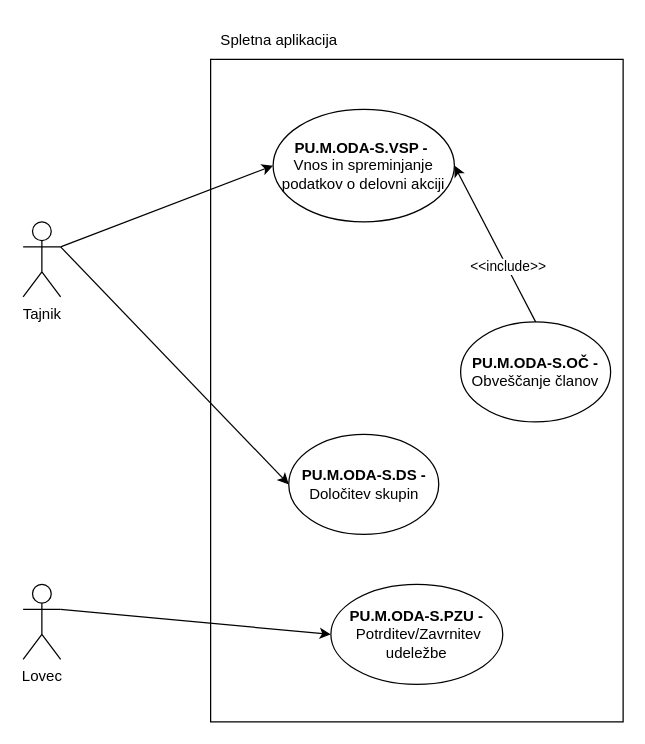
Above: Organiziranje delovnih akcij-Spletna aplikacija.drawio in ErnestISv/Lovstvo (draw.io), before the change. Source tidied: cells renumbered, new cells numbered last; positions are measured from the earlier drawing's top-left corner, leaving out a move shared by most shapes. Both pictures are drawn from the tidied source at 125%, with x=0, y=0 at pixel (22, 21).
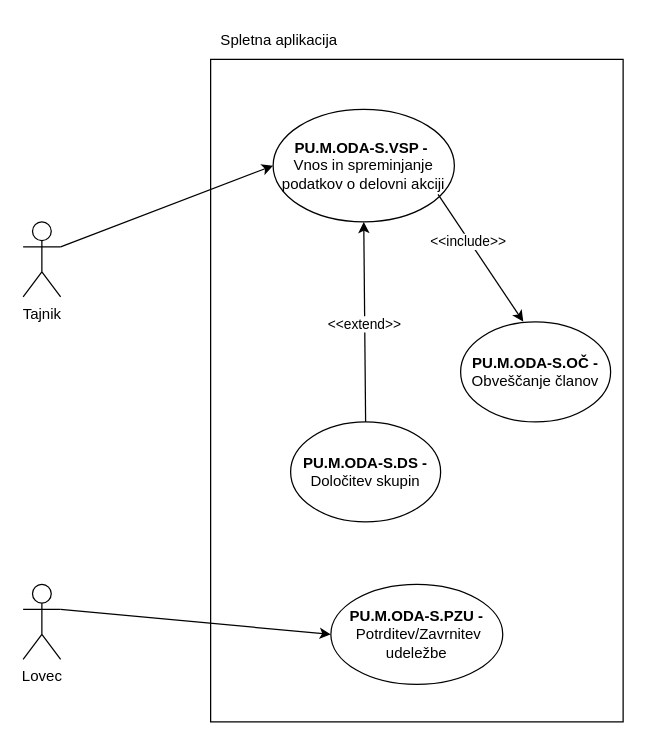
The same page after the edit.

Change to the diagram source:
```diff
@@
 <mxGraphModel>
   <root>
     <mxCell id="0" />
     <mxCell id="1" parent="0" />
     <mxCell id="2" style="rounded=0;whiteSpace=wrap;html=1;" parent="1" vertex="1">
       <mxGeometry x="150" y="30" width="330" height="530" as="geometry" />
     </mxCell>
     <mxCell id="3" value="Spletna aplikacija" style="text;html=1;align=center;verticalAlign=middle;whiteSpace=wrap;rounded=0;" parent="1" vertex="1">
       <mxGeometry x="150" width="110" height="30" as="geometry" />
     </mxCell>
     <mxCell id="4" value="&lt;b&gt;PU.M.ODA-S.VSP -&amp;nbsp;&lt;/b&gt;&lt;div&gt;Vnos in spreminjanje podatkov o delovni akciji&lt;/div&gt;" style="ellipse;whiteSpace=wrap;html=1;" parent="1" vertex="1">
       <mxGeometry x="200" y="70" width="145" height="90" as="geometry" />
     </mxCell>
     <mxCell id="5" value="&lt;b&gt;PU.M.ODA-S.PZU -&lt;/b&gt;&amp;nbsp;Potrditev/Zavrnitev udeležbe" style="ellipse;whiteSpace=wrap;html=1;" parent="1" vertex="1">
       <mxGeometry x="246.2" y="450" width="137.5" height="80" as="geometry" />
     </mxCell>
     <mxCell id="6" value="&lt;b&gt;PU.M.ODA-S.DS -&lt;/b&gt; Določitev skupin" style="ellipse;whiteSpace=wrap;html=1;" parent="1" vertex="1">
-      <mxGeometry x="212.5" y="330" width="120" height="80" as="geometry" />
+      <mxGeometry x="214" y="320" width="120" height="80" as="geometry" />
     </mxCell>
     <mxCell id="7" value="&lt;b&gt;PU.M.ODA-S.OČ -&lt;/b&gt; Obveščanje članov" style="ellipse;whiteSpace=wrap;html=1;" parent="1" vertex="1">
       <mxGeometry x="350" y="240" width="120" height="80" as="geometry" />
     </mxCell>
     <mxCell id="8" style="endArrow=classic;html=1;rounded=0;exitX=1;exitY=0.3333333333333333;exitDx=0;exitDy=0;exitPerimeter=0;entryX=0;entryY=0.5;entryDx=0;entryDy=0;" parent="1" edge="1" source="9" target="4">
       <mxGeometry relative="1" as="geometry" />
     </mxCell>
     <mxCell id="9" value="Tajnik" style="shape=umlActor;verticalLabelPosition=bottom;verticalAlign=top;html=1;outlineConnect=0;" parent="1" vertex="1">
       <mxGeometry y="160" width="30" height="60" as="geometry" />
     </mxCell>
-    <mxCell id="10" style="endArrow=classic;html=1;rounded=0;entryX=1;entryY=0.5;entryDx=0;entryDy=0;exitX=0.5;exitY=0;exitDx=0;exitDy=0;" parent="1" edge="1" source="7" target="4">
+    <mxCell id="10" style="endArrow=classic;html=1;rounded=0;exitX=0.91;exitY=0.756;exitDx=0;exitDy=0;exitPerimeter=0;entryX=0.758;entryY=0.396;entryDx=0;entryDy=0;entryPerimeter=0;" parent="1" edge="1" source="4" target="2">
       <mxGeometry relative="1" as="geometry" />
     </mxCell>
     <mxCell id="11" value="&amp;lt;&amp;lt;include&amp;gt;&amp;gt;" style="edgeLabel;html=1;align=center;verticalAlign=middle;" parent="10" vertex="1">
       <mxGeometry x="-0.29" y="-1" relative="1" as="geometry" />
     </mxCell>
-    <mxCell id="12" style="endArrow=classic;html=1;rounded=0;exitX=1;exitY=0.3333333333333333;exitDx=0;exitDy=0;exitPerimeter=0;entryX=0;entryY=0.5;entryDx=0;entryDy=0;" parent="1" edge="1" source="9" target="6">
+    <mxCell id="12" style="endArrow=classic;html=1;rounded=0;exitX=0.5;exitY=0;exitDx=0;exitDy=0;entryX=0.5;entryY=1;entryDx=0;entryDy=0;" parent="1" edge="1" source="6" target="4">
       <mxGeometry relative="1" as="geometry" />
     </mxCell>
+    <mxCell id="15" value="&amp;lt;&amp;lt;extend&amp;gt;&amp;gt;" style="edgeLabel;html=1;align=center;verticalAlign=middle;" parent="12" vertex="1">
+      <mxGeometry x="-0.01" y="2" relative="1" as="geometry">
+        <mxPoint x="1" as="offset" />
+      </mxGeometry>
+    </mxCell>
     <mxCell id="13" style="endArrow=classic;html=1;rounded=0;entryX=0;entryY=0.5;entryDx=0;entryDy=0;exitX=1;exitY=0.3333333333333333;exitDx=0;exitDy=0;exitPerimeter=0;" parent="1" edge="1" source="14" target="5">
       <mxGeometry relative="1" as="geometry" />
     </mxCell>
     <mxCell id="14" value="Lovec" style="shape=umlActor;verticalLabelPosition=bottom;verticalAlign=top;html=1;outlineConnect=0;" parent="1" vertex="1">
       <mxGeometry y="450" width="30" height="60" as="geometry" />
     </mxCell>
   </root>
 </mxGraphModel>
```
